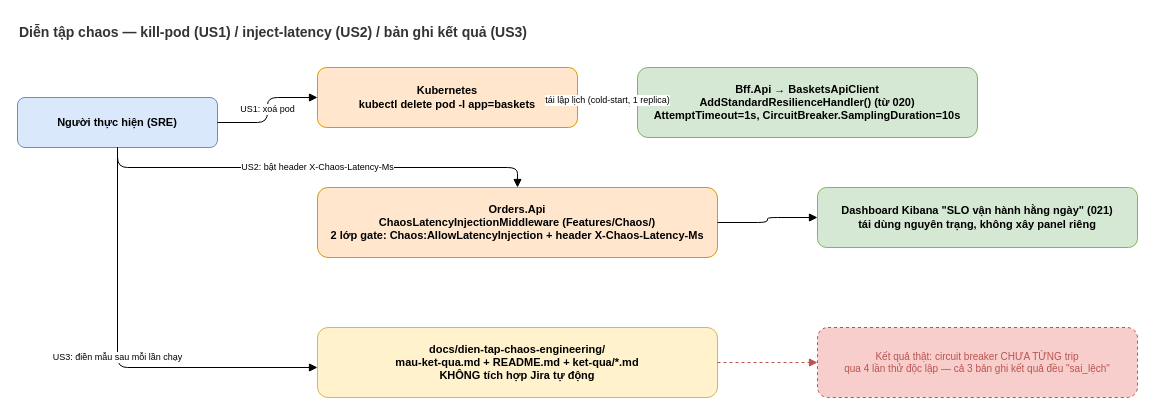
Above: docs/diagrams/025-chaos-pod-kill-latency-component.drawio in nmhieuit/ecommerce (draw.io), before the change. Source tidied: cells renumbered, new cells numbered last; positions are measured from the earlier drawing's top-left corner, leaving out a move shared by most shapes. Both pictures are drawn from the tidied source at 100%, with x=0, y=0 at pixel (17, 17).
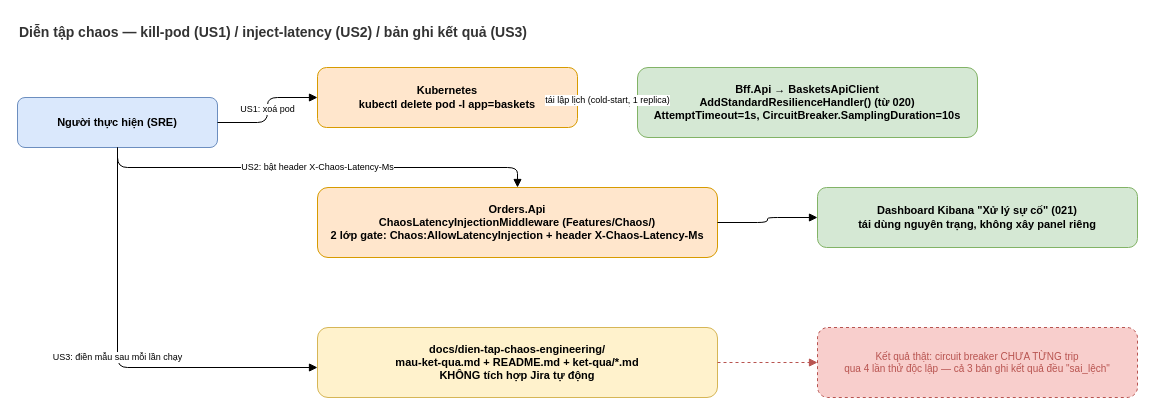
Above is the later version.

The edit, as a diff of the source:
```diff
@@
 <mxGraphModel>
   <root>
     <mxCell id="0" />
     <mxCell id="1" parent="0" />
     <mxCell id="2" value="Diễn tập chaos — kill-pod (US1) / inject-latency (US2) / bản ghi kết quả (US3)" style="text;html=1;fontStyle=1;fontSize=14;fontColor=#333333;" parent="1" vertex="1">
       <mxGeometry width="1000" height="26" as="geometry" />
     </mxCell>
     <mxCell id="3" value="Người thực hiện (SRE)" style="rounded=1;whiteSpace=wrap;html=1;fillColor=#dae8fc;strokeColor=#6c8ebf;fontSize=11;fontStyle=1;" parent="1" vertex="1">
       <mxGeometry y="80" width="200" height="50" as="geometry" />
     </mxCell>
     <mxCell id="4" value="Kubernetes&#10;kubectl delete pod -l app=baskets" style="rounded=1;whiteSpace=wrap;html=1;fillColor=#ffe6cc;strokeColor=#d79b00;fontSize=11;fontStyle=1;" parent="1" vertex="1">
       <mxGeometry x="300" y="50" width="260" height="60" as="geometry" />
     </mxCell>
     <mxCell id="5" value="Bff.Api → BasketsApiClient&#10;AddStandardResilienceHandler() (từ 020)&#10;AttemptTimeout=1s, CircuitBreaker.SamplingDuration=10s" style="rounded=1;whiteSpace=wrap;html=1;fillColor=#d5e8d4;strokeColor=#82b366;fontSize=11;fontStyle=1;" parent="1" vertex="1">
       <mxGeometry x="620" y="50" width="340" height="70" as="geometry" />
     </mxCell>
     <mxCell id="6" value="Orders.Api&#10;ChaosLatencyInjectionMiddleware (Features/Chaos/)&#10;2 lớp gate: Chaos:AllowLatencyInjection + header X-Chaos-Latency-Ms" style="rounded=1;whiteSpace=wrap;html=1;fillColor=#ffe6cc;strokeColor=#d79b00;fontSize=11;fontStyle=1;" parent="1" vertex="1">
       <mxGeometry x="300" y="170" width="400" height="70" as="geometry" />
     </mxCell>
-    <mxCell id="7" value="Dashboard Kibana &quot;SLO vận hành hằng ngày&quot; (021)&#10;tái dùng nguyên trạng, không xây panel riêng" style="rounded=1;whiteSpace=wrap;html=1;fillColor=#d5e8d4;strokeColor=#82b366;fontSize=11;fontStyle=1;" parent="1" vertex="1">
+    <mxCell id="7" value="Dashboard Kibana &quot;Xử lý sự cố&quot; (021)&#10;tái dùng nguyên trạng, không xây panel riêng" style="rounded=1;whiteSpace=wrap;html=1;fillColor=#d5e8d4;strokeColor=#82b366;fontSize=11;fontStyle=1;" parent="1" vertex="1">
       <mxGeometry x="800" y="170" width="320" height="60" as="geometry" />
     </mxCell>
     <mxCell id="8" value="docs/dien-tap-chaos-engineering/&#10;mau-ket-qua.md + README.md + ket-qua/*.md&#10;KHÔNG tích hợp Jira tự động" style="rounded=1;whiteSpace=wrap;html=1;fillColor=#fff2cc;strokeColor=#d6b656;fontSize=11;fontStyle=1;" parent="1" vertex="1">
       <mxGeometry x="300" y="310" width="400" height="70" as="geometry" />
     </mxCell>
     <mxCell id="9" value="Kết quả thật: circuit breaker CHƯA TỪNG trip&#10;qua 4 lần thử độc lập — cả 3 bản ghi kết quả đều &quot;sai_lệch&quot;" style="rounded=1;whiteSpace=wrap;html=1;fillColor=#f8cecc;strokeColor=#b85450;dashed=1;fontSize=10;fontColor=#b85450;align=center;" parent="1" vertex="1">
       <mxGeometry x="800" y="310" width="320" height="70" as="geometry" />
     </mxCell>
     <mxCell id="10" value="US1: xoá pod" style="edgeStyle=orthogonalEdgeStyle;html=1;endArrow=block;fontSize=9;" parent="1" edge="1" source="3" target="4">
       <mxGeometry relative="1" as="geometry" />
     </mxCell>
     <mxCell id="11" value="tái lập lịch (cold-start, 1 replica)" style="edgeStyle=orthogonalEdgeStyle;html=1;endArrow=block;fontSize=9;" parent="1" edge="1" source="4" target="5">
       <mxGeometry relative="1" as="geometry" />
     </mxCell>
     <mxCell id="12" value="US2: bật header X-Chaos-Latency-Ms" style="edgeStyle=orthogonalEdgeStyle;html=1;endArrow=block;fontSize=9;" parent="1" edge="1" source="3" target="6">
       <mxGeometry relative="1" as="geometry">
         <Array as="points">
           <mxPoint x="100" y="150" />
           <mxPoint x="500" y="150" />
         </Array>
       </mxGeometry>
     </mxCell>
     <mxCell id="13" style="edgeStyle=orthogonalEdgeStyle;html=1;endArrow=block;fontSize=9;" parent="1" edge="1" source="6" target="7">
       <mxGeometry relative="1" as="geometry" />
     </mxCell>
     <mxCell id="14" value="US3: điền mẫu sau mỗi lần chạy" style="edgeStyle=orthogonalEdgeStyle;html=1;endArrow=block;fontSize=9;" parent="1" edge="1" source="3" target="8">
       <mxGeometry relative="1" as="geometry">
         <Array as="points">
           <mxPoint x="100" y="350" />
         </Array>
       </mxGeometry>
     </mxCell>
     <mxCell id="15" style="edgeStyle=orthogonalEdgeStyle;html=1;endArrow=block;dashed=1;fontSize=9;strokeColor=#b85450;" parent="1" edge="1" source="8" target="9">
       <mxGeometry relative="1" as="geometry" />
     </mxCell>
   </root>
 </mxGraphModel>
```
